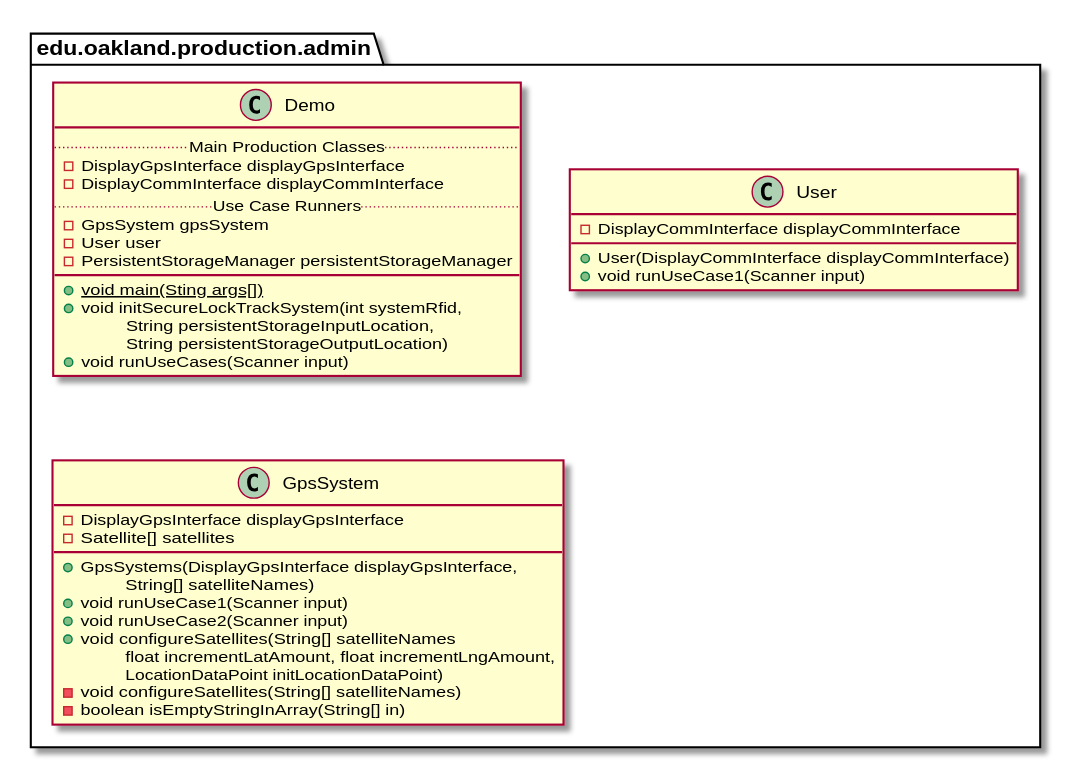
The PlantUML diagram docs/uml-class-diagrams/admin/production/AdminProductionPackage.svg in andrewdimmer/csi-3370-software-project, before a commit. Its diagram source:
```plantuml
@startuml AdminProductionPackage

package edu.oakland.production.admin {

}


package edu.oakland.production.admin {
    class Demo {
        .. Main Production Classes ..
        - DisplayGpsInterface displayGpsInterface
        - DisplayCommInterface displayCommInterface
        .. Use Case Runners ..
        - GpsSystem gpsSystem
        - User user
        - PersistentStorageManager persistentStorageManager
        __
        {static} + void main(Sting args[])
        + void initSecureLockTrackSystem(int systemRfid,
        \tString persistentStorageInputLocation,
        \tString persistentStorageOutputLocation)
        + void runUseCases(Scanner input)
    }
}


package edu.oakland.production.admin {
    class User {
        - DisplayCommInterface displayCommInterface
        + User(DisplayCommInterface displayCommInterface)
        + void runUseCase1(Scanner input)
    }
}


package edu.oakland.production.admin {
    class GpsSystem {
        - DisplayGpsInterface displayGpsInterface
        - Satellite[] satellites
        __
        + GpsSystems(DisplayGpsInterface displayGpsInterface,
        \tString[] satelliteNames)
        + void runUseCase1(Scanner input)
        + void runUseCase2(Scanner input)
        + void configureSatellites(String[] satelliteNames
        \tfloat incrementLatAmount, float incrementLngAmount,
        \tLocationDataPoint initLocationDataPoint)
        - void configureSatellites(String[] satelliteNames)
        - boolean isEmptyStringInArray(String[] in)
    }
}


@enduml
```
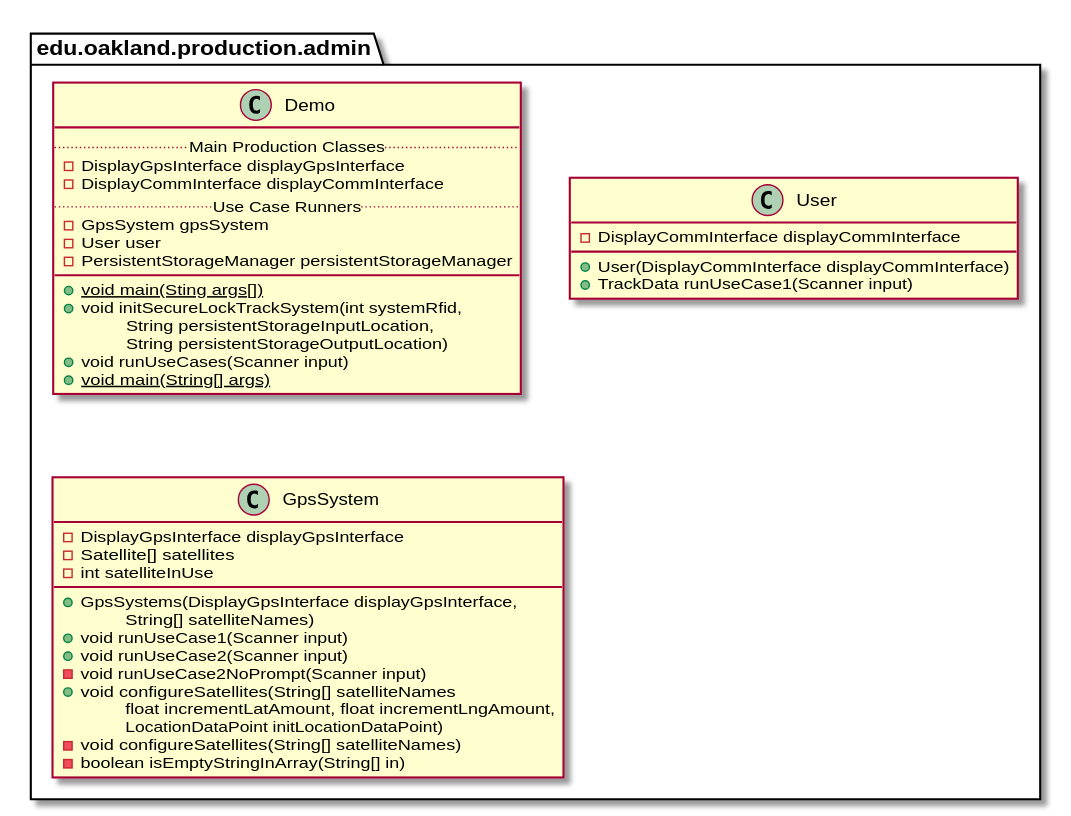
After the commit.

Change to the diagram source:
```diff
@@ -28,7 +28,7 @@
     class User {
         - DisplayCommInterface displayCommInterface
         + User(DisplayCommInterface displayCommInterface)
-        + void runUseCase1(Scanner input)
+        + TrackData runUseCase1(Scanner input)
     }
 }
 
@@ -37,11 +37,13 @@
     class GpsSystem {
         - DisplayGpsInterface displayGpsInterface
         - Satellite[] satellites
+        - int satelliteInUse
         __
         + GpsSystems(DisplayGpsInterface displayGpsInterface,
         \tString[] satelliteNames)
         + void runUseCase1(Scanner input)
         + void runUseCase2(Scanner input)
+        - void runUseCase2NoPrompt(Scanner input)
         + void configureSatellites(String[] satelliteNames
         \tfloat incrementLatAmount, float incrementLngAmount,
         \tLocationDataPoint initLocationDataPoint)
@@ -51,4 +53,11 @@
 }
 
 
+package edu.oakland.production.admin {
+    class Demo {
+        {static} + void main(String[] args)
+    }
+}
+
+
 @enduml
```
